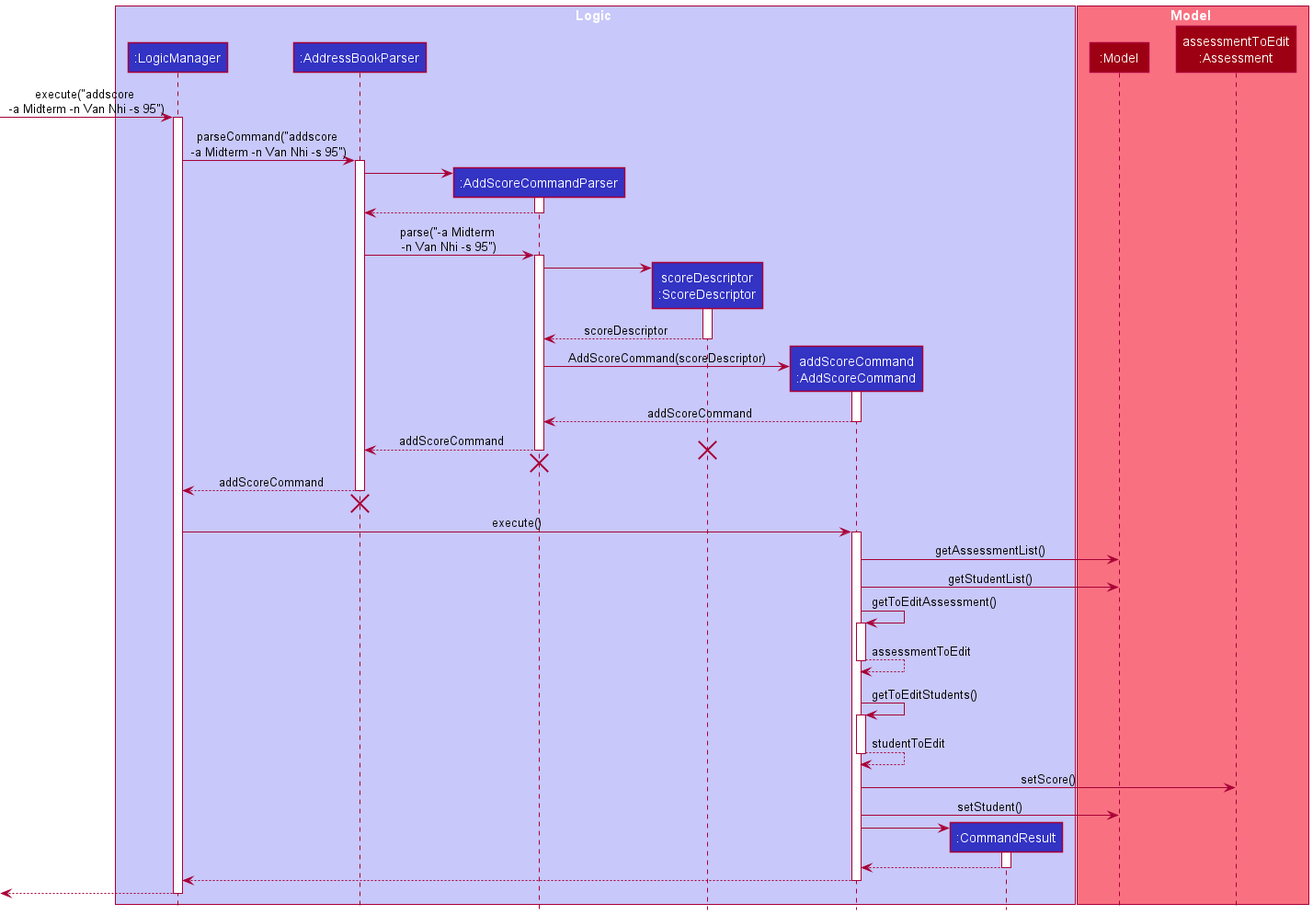
Earlier version of the PlantUML export docs/images/AddScoreSequenceDiagram.png (nus-cs2103-AY2122S1/tp).
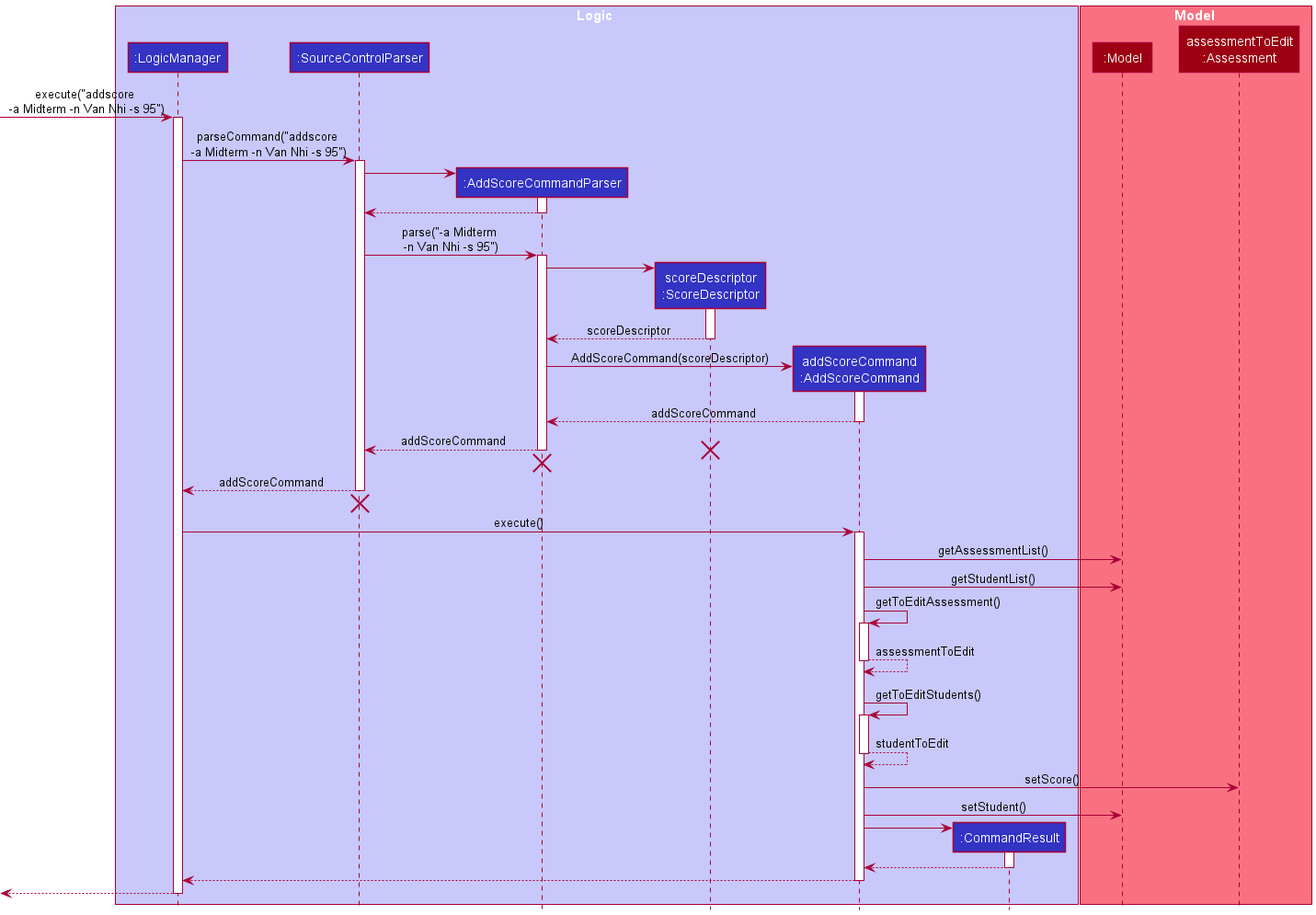
After the commit.

Diff of the diagram source:
```diff
@@ -3,7 +3,7 @@
 
 box Logic LOGIC_COLOR_T1
 participant ":LogicManager" as LogicManager LOGIC_COLOR
-participant ":AddressBookParser" as AddressBookParser LOGIC_COLOR
+participant ":SourceControlParser" as SourceControlParser LOGIC_COLOR
 participant ":AddScoreCommandParser" as AddScoreCommandParser LOGIC_COLOR
 participant "scoreDescriptor\n:ScoreDescriptor" as ScoreDescriptor LOGIC_COLOR
 participant "addScoreCommand\n:AddScoreCommand" as AddScoreCommand LOGIC_COLOR
@@ -18,17 +18,17 @@
 [-> LogicManager : execute("addscore \n-a Midterm -n Van Nhi -s 95")
 activate LogicManager
 
-LogicManager -> AddressBookParser : parseCommand("addscore \n-a Midterm -n Van Nhi -s 95")
-activate AddressBookParser
+LogicManager -> SourceControlParser : parseCommand("addscore \n-a Midterm -n Van Nhi -s 95")
+activate SourceControlParser
 
 create AddScoreCommandParser
-AddressBookParser -> AddScoreCommandParser
+SourceControlParser -> AddScoreCommandParser
 activate AddScoreCommandParser
 
-AddScoreCommandParser --> AddressBookParser
+AddScoreCommandParser --> SourceControlParser
 deactivate AddScoreCommandParser
 
-AddressBookParser -> AddScoreCommandParser : parse("-a Midterm \n-n Van Nhi -s 95")
+SourceControlParser -> AddScoreCommandParser : parse("-a Midterm \n-n Van Nhi -s 95")
 activate AddScoreCommandParser
 
 create ScoreDescriptor
@@ -46,7 +46,7 @@
 AddScoreCommand --> AddScoreCommandParser : addScoreCommand
 deactivate AddScoreCommand
 
-AddScoreCommandParser --> AddressBookParser : addScoreCommand
+AddScoreCommandParser --> SourceControlParser : addScoreCommand
 deactivate AddScoreCommandParser
 
 destroy ScoreDescriptor
@@ -54,11 +54,11 @@
 Model -[hidden]->
 destroy AddScoreCommandParser
 
-AddressBookParser --> LogicManager : addScoreCommand
-deactivate AddressBookParser
+SourceControlParser --> LogicManager : addScoreCommand
+deactivate SourceControlParser
 
 Model -[hidden]->
-destroy AddressBookParser
+destroy SourceControlParser
 
 LogicManager -> AddScoreCommand : execute()
 activate AddScoreCommand
```
